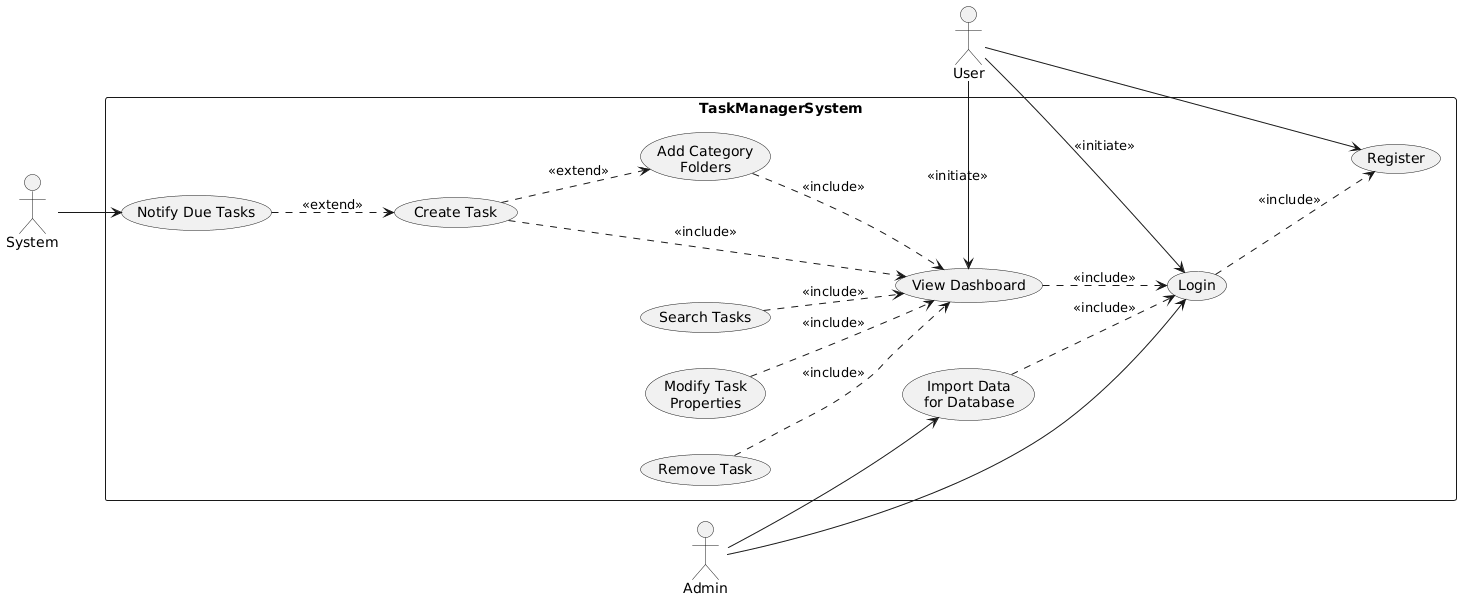
This is docs/UCS/ucDiagram.png from Dummage/ISS, a PlantUML export, as it was before one commit.
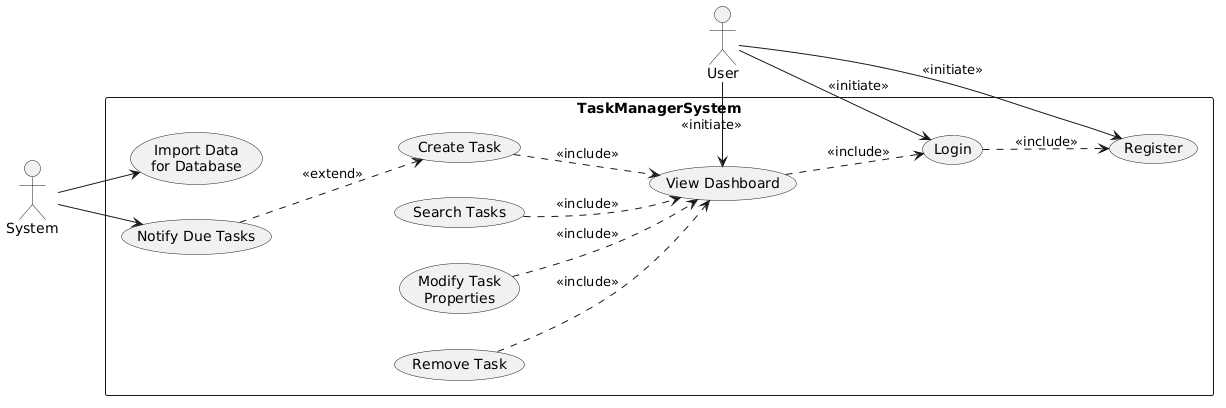
Later version of the same file.

The edit, as a diff of the source:
```diff
@@ -2,7 +2,6 @@
 left to right direction
 
 actor "User" as U
-actor "Admin" as A
 actor "System" as S
 
 rectangle TaskManagerSystem {
@@ -14,26 +13,22 @@
   usecase "Remove Task" as UC5
   usecase "Modify Task\nProperties" as UC6
   usecase "Search Tasks" as UC8
-  usecase "Add Category\nFolders" as UC9
   usecase "Notify Due Tasks" as UC7
 }
 
-A --> UC1
-A --> UC3
-U --> UC2
+U -right-> UC2 : <<initiate>>
 U -right-> UC3 : <<initiate>>
 U -right-> UC0 : <<initiate>>
 S --> UC7
+S --> UC1
 
 UC3 ..> UC2 : <<include>>
-UC1 ..> UC3 : <<include>>
 UC0 ..> UC3 : <<include>>
 UC4 ..> UC0 : <<include>>
 UC5 ..> UC0 : <<include>>
 UC6 ..> UC0 : <<include>>
 UC8 ..> UC0 : <<include>>
-UC9 ..> UC0 : <<include>>
 
-UC4 ..> UC9 : <<extend>>
+
 UC7 ..> UC4 : <<extend>>
 @enduml
```
